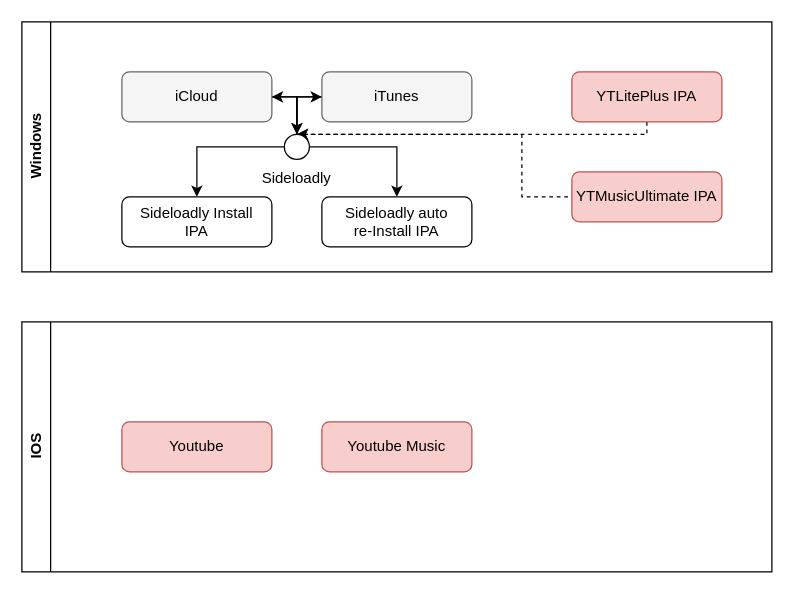
Above: Diagramme sans nom.drawio in 41M3/draw.io (draw.io), before the change. Source tidied: cells renumbered, new cells numbered last; positions are measured from the earlier drawing's top-left corner, leaving out a move shared by most shapes. Both pictures are drawn from the tidied source at 125%, with x=0, y=0 at pixel (21, 21).
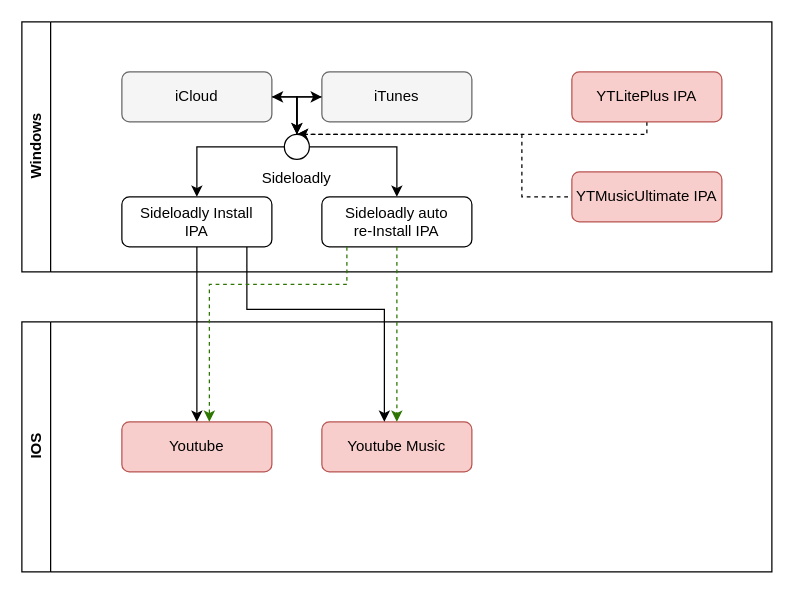
The same page after the edit.

Commit message (it also covers changes not shown here):
Mettre à jour Diagramme sans nom.drawio

Unchanged cells that the change refers to:
```xml
<mxCell id="3" value="Sideloadly Install &lt;br&gt;IPA" style="rounded=1;whiteSpace=wrap;html=1;" parent="2" vertex="1">
  <mxGeometry x="80" y="140" width="120" height="40" as="geometry" />
</mxCell>
<mxCell id="4" value="Sideloadly auto &lt;br&gt;re-Install IPA" style="rounded=1;whiteSpace=wrap;html=1;" parent="2" vertex="1">
  <mxGeometry x="240" y="140" width="120" height="40" as="geometry" />
</mxCell>
<mxCell id="20" value="Youtube" style="rounded=1;whiteSpace=wrap;html=1;fillColor=#f8cecc;strokeColor=#b85450;" parent="19" vertex="1">
  <mxGeometry x="80" y="80" width="120" height="40" as="geometry" />
</mxCell>
<mxCell id="21" value="Youtube Music" style="rounded=1;whiteSpace=wrap;html=1;fillColor=#f8cecc;strokeColor=#b85450;" parent="19" vertex="1">
  <mxGeometry x="240" y="80" width="120" height="40" as="geometry" />
</mxCell>
```

Diff of the diagram source:
```diff
@@
+    <mxCell id="22" style="edgeStyle=orthogonalEdgeStyle;rounded=0;jettySize=auto;html=1;entryX=0.5;entryY=0;entryDx=0;entryDy=0;" parent="1" edge="1" source="3" target="20">
+      <mxGeometry relative="1" as="geometry" />
+    </mxCell>
+    <mxCell id="23" style="edgeStyle=orthogonalEdgeStyle;rounded=0;jettySize=auto;html=1;" parent="1" edge="1" source="3" target="21">
+      <mxGeometry relative="1" as="geometry">
+        <Array as="points">
+          <mxPoint x="180" y="230" />
+          <mxPoint x="290" y="230" />
+        </Array>
+      </mxGeometry>
+    </mxCell>
+    <mxCell id="24" style="edgeStyle=orthogonalEdgeStyle;rounded=0;jettySize=auto;html=1;fillColor=#60a917;strokeColor=#2D7600;dashed=1;" parent="1" edge="1" source="4">
+      <mxGeometry relative="1" as="geometry">
+        <mxPoint x="150" y="320" as="targetPoint" />
+        <Array as="points">
+          <mxPoint x="260" y="210" />
+          <mxPoint x="150" y="210" />
+          <mxPoint x="150" y="320" />
+        </Array>
+      </mxGeometry>
+    </mxCell>
+    <mxCell id="25" style="edgeStyle=orthogonalEdgeStyle;rounded=0;jettySize=auto;html=1;entryX=0.5;entryY=0;entryDx=0;entryDy=0;fillColor=#60a917;strokeColor=#2D7600;dashed=1;" parent="1" edge="1" source="4" target="21">
+      <mxGeometry relative="1" as="geometry" />
+    </mxCell>
```
